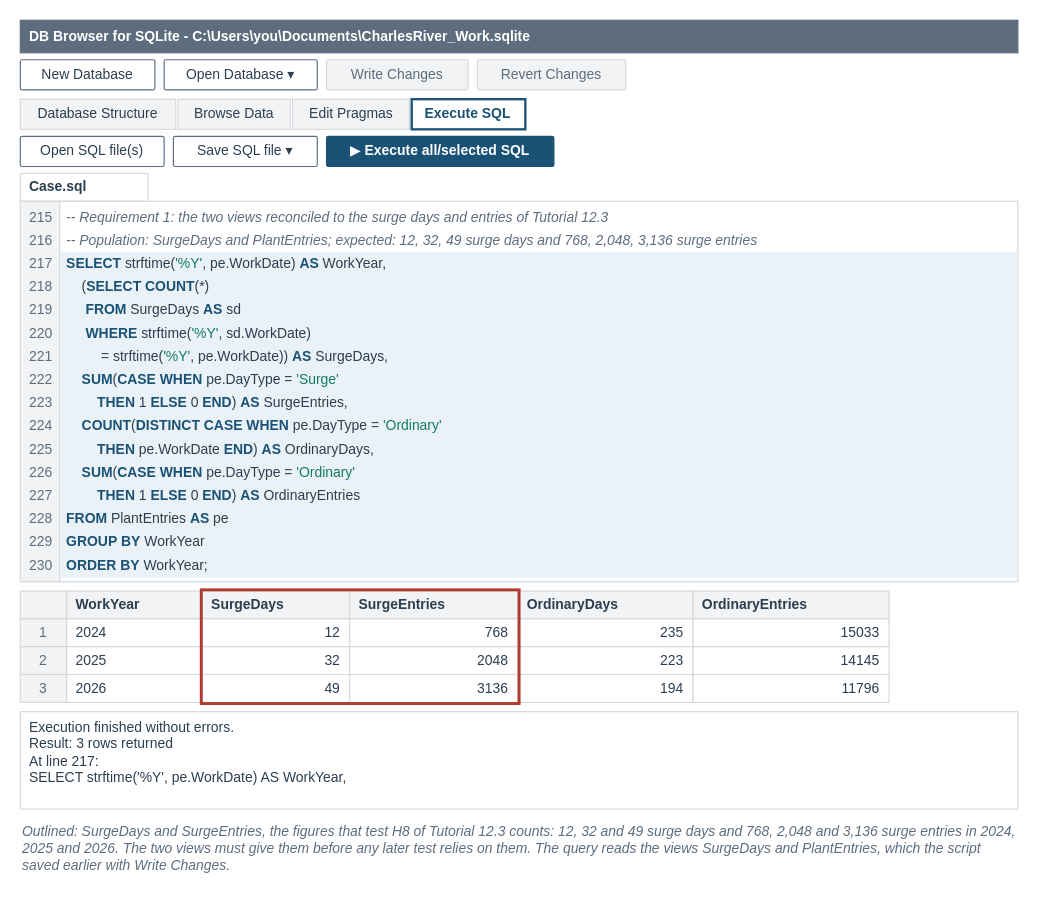
Earlier version of the draw.io diagram facts/instructor/figures/case-part-3/IF-C3-1-A.drawio (mmcodesso/Accounting_Analytics_Book). Source tidied: cells renumbered, new cells numbered last; positions are measured from the earlier drawing's top-left corner, leaving out a move shared by most shapes. Both pictures are drawn from the tidied source at 116%, with x=0, y=0 at pixel (20, 20).
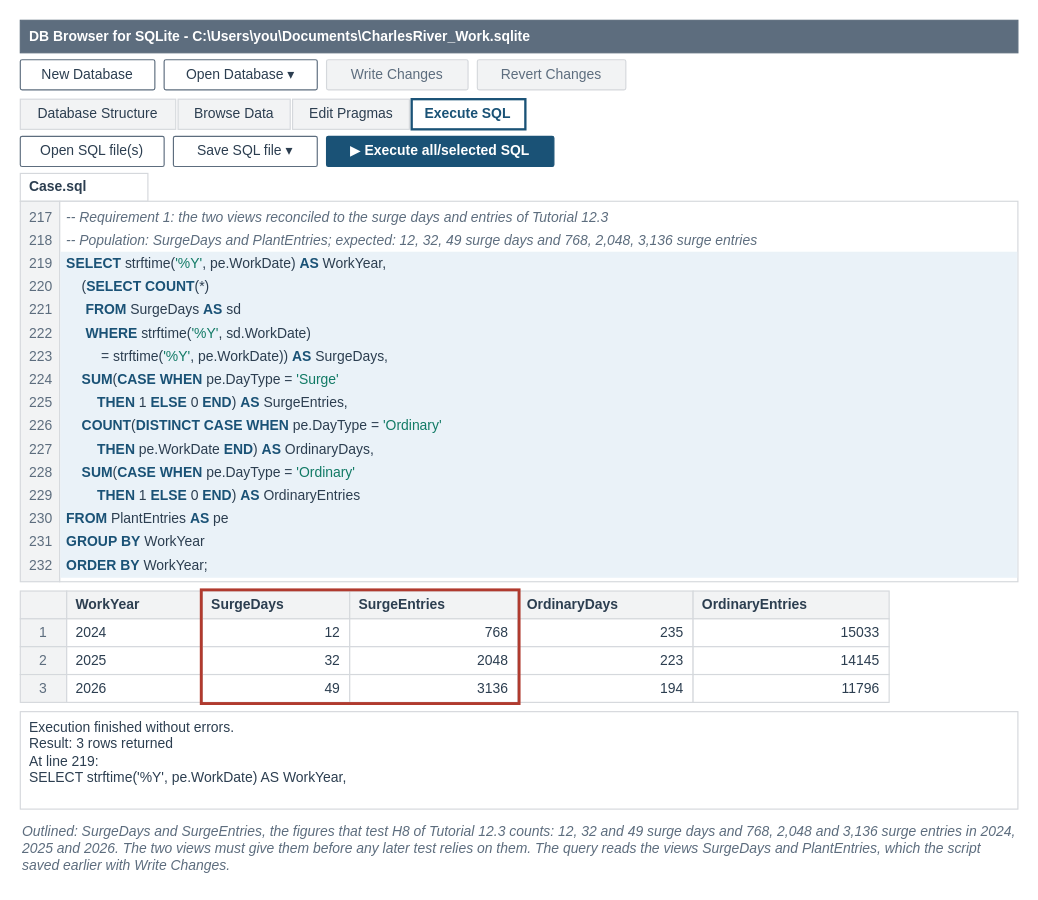
After the change.

Diff of the diagram source:
```diff
@@
-    <mxCell id="19" value="215" style="text;html=1;whiteSpace=wrap;align=right;verticalAlign=middle;fontSize=12;fontColor=#5D6D7E;fontStyle=0;fontFamily=Helvetica;spacing=2;fillColor=none;strokeColor=none;" parent="1" vertex="1">
+    <mxCell id="19" value="217" style="text;html=1;whiteSpace=wrap;align=right;verticalAlign=middle;fontSize=12;fontColor=#5D6D7E;fontStyle=0;fontFamily=Helvetica;spacing=2;fillColor=none;strokeColor=none;" parent="1" vertex="1">
       <mxGeometry y="160" width="30" height="20" as="geometry" />
     </mxCell>
@@
-    <mxCell id="21" value="216" style="text;html=1;whiteSpace=wrap;align=right;verticalAlign=middle;fontSize=12;fontColor=#5D6D7E;fontStyle=0;fontFamily=Helvetica;spacing=2;fillColor=none;strokeColor=none;" parent="1" vertex="1">
+    <mxCell id="21" value="218" style="text;html=1;whiteSpace=wrap;align=right;verticalAlign=middle;fontSize=12;fontColor=#5D6D7E;fontStyle=0;fontFamily=Helvetica;spacing=2;fillColor=none;strokeColor=none;" parent="1" vertex="1">
       <mxGeometry y="180" width="30" height="20" as="geometry" />
     </mxCell>
@@
-    <mxCell id="23" value="217" style="text;html=1;whiteSpace=wrap;align=right;verticalAlign=middle;fontSize=12;fontColor=#5D6D7E;fontStyle=0;fontFamily=Helvetica;spacing=2;fillColor=none;strokeColor=none;" parent="1" vertex="1">
+    <mxCell id="23" value="219" style="text;html=1;whiteSpace=wrap;align=right;verticalAlign=middle;fontSize=12;fontColor=#5D6D7E;fontStyle=0;fontFamily=Helvetica;spacing=2;fillColor=none;strokeColor=none;" parent="1" vertex="1">
       <mxGeometry y="200" width="30" height="20" as="geometry" />
     </mxCell>
@@
-    <mxCell id="25" value="218" style="text;html=1;whiteSpace=wrap;align=right;verticalAlign=middle;fontSize=12;fontColor=#5D6D7E;fontStyle=0;fontFamily=Helvetica;spacing=2;fillColor=none;strokeColor=none;" parent="1" vertex="1">
+    <mxCell id="25" value="220" style="text;html=1;whiteSpace=wrap;align=right;verticalAlign=middle;fontSize=12;fontColor=#5D6D7E;fontStyle=0;fontFamily=Helvetica;spacing=2;fillColor=none;strokeColor=none;" parent="1" vertex="1">
       <mxGeometry y="220" width="30" height="20" as="geometry" />
     </mxCell>
@@
-    <mxCell id="27" value="219" style="text;html=1;whiteSpace=wrap;align=right;verticalAlign=middle;fontSize=12;fontColor=#5D6D7E;fontStyle=0;fontFamily=Helvetica;spacing=2;fillColor=none;strokeColor=none;" parent="1" vertex="1">
+    <mxCell id="27" value="221" style="text;html=1;whiteSpace=wrap;align=right;verticalAlign=middle;fontSize=12;fontColor=#5D6D7E;fontStyle=0;fontFamily=Helvetica;spacing=2;fillColor=none;strokeColor=none;" parent="1" vertex="1">
       <mxGeometry y="240" width="30" height="20" as="geometry" />
     </mxCell>
@@
-    <mxCell id="29" value="220" style="text;html=1;whiteSpace=wrap;align=right;verticalAlign=middle;fontSize=12;fontColor=#5D6D7E;fontStyle=0;fontFamily=Helvetica;spacing=2;fillColor=none;strokeColor=none;" parent="1" vertex="1">
+    <mxCell id="29" value="222" style="text;html=1;whiteSpace=wrap;align=right;verticalAlign=middle;fontSize=12;fontColor=#5D6D7E;fontStyle=0;fontFamily=Helvetica;spacing=2;fillColor=none;strokeColor=none;" parent="1" vertex="1">
       <mxGeometry y="260" width="30" height="20" as="geometry" />
     </mxCell>
@@
-    <mxCell id="31" value="221" style="text;html=1;whiteSpace=wrap;align=right;verticalAlign=middle;fontSize=12;fontColor=#5D6D7E;fontStyle=0;fontFamily=Helvetica;spacing=2;fillColor=none;strokeColor=none;" parent="1" vertex="1">
+    <mxCell id="31" value="223" style="text;html=1;whiteSpace=wrap;align=right;verticalAlign=middle;fontSize=12;fontColor=#5D6D7E;fontStyle=0;fontFamily=Helvetica;spacing=2;fillColor=none;strokeColor=none;" parent="1" vertex="1">
       <mxGeometry y="280" width="30" height="20" as="geometry" />
     </mxCell>
@@
-    <mxCell id="33" value="222" style="text;html=1;whiteSpace=wrap;align=right;verticalAlign=middle;fontSize=12;fontColor=#5D6D7E;fontStyle=0;fontFamily=Helvetica;spacing=2;fillColor=none;strokeColor=none;" parent="1" vertex="1">
+    <mxCell id="33" value="224" style="text;html=1;whiteSpace=wrap;align=right;verticalAlign=middle;fontSize=12;fontColor=#5D6D7E;fontStyle=0;fontFamily=Helvetica;spacing=2;fillColor=none;strokeColor=none;" parent="1" vertex="1">
       <mxGeometry y="300" width="30" height="20" as="geometry" />
     </mxCell>
@@
-    <mxCell id="35" value="223" style="text;html=1;whiteSpace=wrap;align=right;verticalAlign=middle;fontSize=12;fontColor=#5D6D7E;fontStyle=0;fontFamily=Helvetica;spacing=2;fillColor=none;strokeColor=none;" parent="1" vertex="1">
+    <mxCell id="35" value="225" style="text;html=1;whiteSpace=wrap;align=right;verticalAlign=middle;fontSize=12;fontColor=#5D6D7E;fontStyle=0;fontFamily=Helvetica;spacing=2;fillColor=none;strokeColor=none;" parent="1" vertex="1">
       <mxGeometry y="320" width="30" height="20" as="geometry" />
     </mxCell>
@@
-    <mxCell id="37" value="224" style="text;html=1;whiteSpace=wrap;align=right;verticalAlign=middle;fontSize=12;fontColor=#5D6D7E;fontStyle=0;fontFamily=Helvetica;spacing=2;fillColor=none;strokeColor=none;" parent="1" vertex="1">
+    <mxCell id="37" value="226" style="text;html=1;whiteSpace=wrap;align=right;verticalAlign=middle;fontSize=12;fontColor=#5D6D7E;fontStyle=0;fontFamily=Helvetica;spacing=2;fillColor=none;strokeColor=none;" parent="1" vertex="1">
       <mxGeometry y="340" width="30" height="20" as="geometry" />
     </mxCell>
@@
-    <mxCell id="39" value="225" style="text;html=1;whiteSpace=wrap;align=right;verticalAlign=middle;fontSize=12;fontColor=#5D6D7E;fontStyle=0;fontFamily=Helvetica;spacing=2;fillColor=none;strokeColor=none;" parent="1" vertex="1">
+    <mxCell id="39" value="227" style="text;html=1;whiteSpace=wrap;align=right;verticalAlign=middle;fontSize=12;fontColor=#5D6D7E;fontStyle=0;fontFamily=Helvetica;spacing=2;fillColor=none;strokeColor=none;" parent="1" vertex="1">
       <mxGeometry y="360" width="30" height="20" as="geometry" />
     </mxCell>
@@
-    <mxCell id="41" value="226" style="text;html=1;whiteSpace=wrap;align=right;verticalAlign=middle;fontSize=12;fontColor=#5D6D7E;fontStyle=0;fontFamily=Helvetica;spacing=2;fillColor=none;strokeColor=none;" parent="1" vertex="1">
+    <mxCell id="41" value="228" style="text;html=1;whiteSpace=wrap;align=right;verticalAlign=middle;fontSize=12;fontColor=#5D6D7E;fontStyle=0;fontFamily=Helvetica;spacing=2;fillColor=none;strokeColor=none;" parent="1" vertex="1">
       <mxGeometry y="380" width="30" height="20" as="geometry" />
     </mxCell>
@@
-    <mxCell id="43" value="227" style="text;html=1;whiteSpace=wrap;align=right;verticalAlign=middle;fontSize=12;fontColor=#5D6D7E;fontStyle=0;fontFamily=Helvetica;spacing=2;fillColor=none;strokeColor=none;" parent="1" vertex="1">
+    <mxCell id="43" value="229" style="text;html=1;whiteSpace=wrap;align=right;verticalAlign=middle;fontSize=12;fontColor=#5D6D7E;fontStyle=0;fontFamily=Helvetica;spacing=2;fillColor=none;strokeColor=none;" parent="1" vertex="1">
       <mxGeometry y="400" width="30" height="20" as="geometry" />
     </mxCell>
@@
-    <mxCell id="45" value="228" style="text;html=1;whiteSpace=wrap;align=right;verticalAlign=middle;fontSize=12;fontColor=#5D6D7E;fontStyle=0;fontFamily=Helvetica;spacing=2;fillColor=none;strokeColor=none;" parent="1" vertex="1">
+    <mxCell id="45" value="230" style="text;html=1;whiteSpace=wrap;align=right;verticalAlign=middle;fontSize=12;fontColor=#5D6D7E;fontStyle=0;fontFamily=Helvetica;spacing=2;fillColor=none;strokeColor=none;" parent="1" vertex="1">
       <mxGeometry y="420" width="30" height="20" as="geometry" />
     </mxCell>
@@
-    <mxCell id="47" value="229" style="text;html=1;whiteSpace=wrap;align=right;verticalAlign=middle;fontSize=12;fontColor=#5D6D7E;fontStyle=0;fontFamily=Helvetica;spacing=2;fillColor=none;strokeColor=none;" parent="1" vertex="1">
+    <mxCell id="47" value="231" style="text;html=1;whiteSpace=wrap;align=right;verticalAlign=middle;fontSize=12;fontColor=#5D6D7E;fontStyle=0;fontFamily=Helvetica;spacing=2;fillColor=none;strokeColor=none;" parent="1" vertex="1">
       <mxGeometry y="440" width="30" height="20" as="geometry" />
     </mxCell>
@@
-    <mxCell id="49" value="230" style="text;html=1;whiteSpace=wrap;align=right;verticalAlign=middle;fontSize=12;fontColor=#5D6D7E;fontStyle=0;fontFamily=Helvetica;spacing=2;fillColor=none;strokeColor=none;" parent="1" vertex="1">
+    <mxCell id="49" value="232" style="text;html=1;whiteSpace=wrap;align=right;verticalAlign=middle;fontSize=12;fontColor=#5D6D7E;fontStyle=0;fontFamily=Helvetica;spacing=2;fillColor=none;strokeColor=none;" parent="1" vertex="1">
       <mxGeometry y="460" width="30" height="20" as="geometry" />
     </mxCell>
@@
-    <mxCell id="75" value="Execution finished without errors.&lt;br&gt;Result: 3 rows returned&lt;br&gt;At line 217:&lt;br&gt;SELECT strftime('%Y', pe.WorkDate) AS WorkYear," style="rounded=0;arcSize=6;whiteSpace=wrap;html=1;fillColor=#FFFFFF;strokeColor=#D5D8DC;strokeWidth=1;fontColor=#2C3E50;fontSize=12;fontStyle=0;align=left;verticalAlign=top;fontFamily=Helvetica;spacingLeft=6;spacingRight=6;" parent="1" vertex="1">
+    <mxCell id="75" value="Execution finished without errors.&lt;br&gt;Result: 3 rows returned&lt;br&gt;At line 219:&lt;br&gt;SELECT strftime('%Y', pe.WorkDate) AS WorkYear," style="rounded=0;arcSize=6;whiteSpace=wrap;html=1;fillColor=#FFFFFF;strokeColor=#D5D8DC;strokeWidth=1;fontColor=#2C3E50;fontSize=12;fontStyle=0;align=left;verticalAlign=top;fontFamily=Helvetica;spacingLeft=6;spacingRight=6;" parent="1" vertex="1">
       <mxGeometry y="596" width="860" height="84" as="geometry" />
     </mxCell>
```
